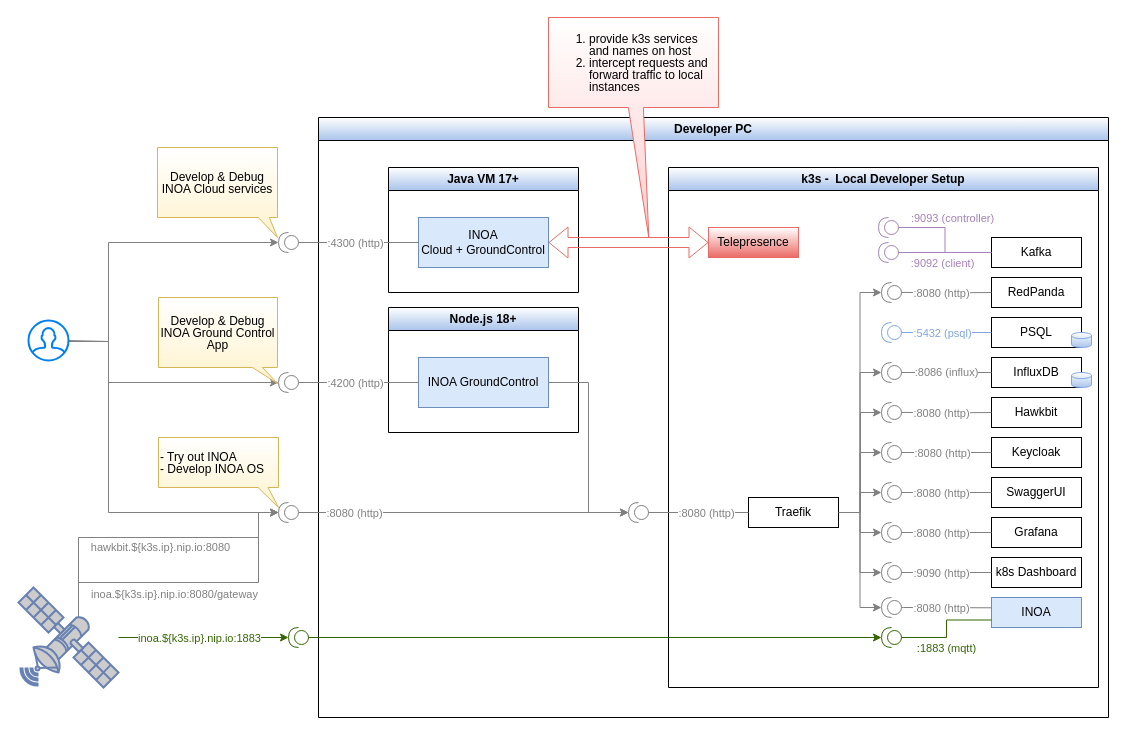
inoa-io/inoa-cloud keeps this draw.io diagram as docs/developer-guide/developer-setups.drawio. Above is the earlier version. Source tidied: cells renumbered, new cells numbered last; positions are measured from the earlier drawing's top-left corner, leaving out a move shared by most shapes. Both pictures are drawn from the tidied source at 100%, with x=0, y=0 at pixel (18, 17).
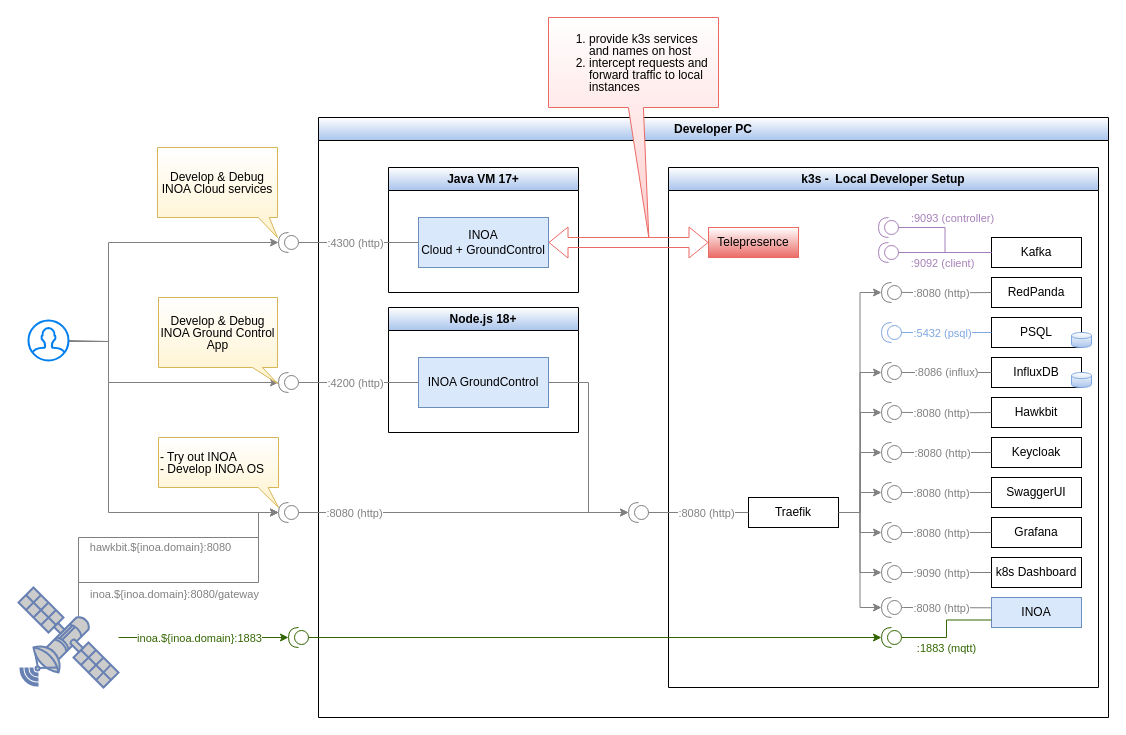
The same page after the edit.

Unchanged cells that the change refers to:
```xml
<mxCell id="2" style="edgeStyle=orthogonalEdgeStyle;rounded=0;jettySize=auto;html=1;entryX=1;entryY=0.5;entryDx=0;entryDy=0;entryPerimeter=0;strokeColor=#808080;" parent="1" edge="1" target="80">
  <mxGeometry relative="1" as="geometry">
    <mxPoint x="60" y="600" as="sourcePoint" />
    <Array as="points">
      <mxPoint x="60" y="520" />
      <mxPoint x="240" y="520" />
      <mxPoint x="240" y="495" />
    </Array>
  </mxGeometry>
</mxCell>
<mxCell id="4" style="edgeStyle=orthogonalEdgeStyle;rounded=0;jettySize=auto;html=1;entryX=1;entryY=0.5;entryDx=0;entryDy=0;entryPerimeter=0;strokeColor=#808080;" parent="1" edge="1" source="8" target="80">
  <mxGeometry relative="1" as="geometry">
    <Array as="points">
      <mxPoint x="60" y="565" />
      <mxPoint x="240" y="565" />
      <mxPoint x="240" y="495" />
    </Array>
  </mxGeometry>
</mxCell>
<mxCell id="6" style="edgeStyle=orthogonalEdgeStyle;rounded=0;jettySize=auto;html=1;entryX=1;entryY=0.5;entryDx=0;entryDy=0;entryPerimeter=0;strokeColor=#336600;" parent="1" edge="1" source="8" target="81">
  <mxGeometry relative="1" as="geometry" />
</mxCell>
```

The edit, as a diff of the source:
```diff
@@
-    <mxCell id="3" value="&lt;font&gt;hawkbit.${k3s.ip}.nip.io:8080&lt;/font&gt;" style="edgeLabel;html=1;align=center;verticalAlign=middle;fontColor=#808080;" parent="2" vertex="1">
+    <mxCell id="3" value="&lt;font&gt;hawkbit.${inoa.domain}:8080&lt;/font&gt;" style="edgeLabel;html=1;align=center;verticalAlign=middle;fontColor=#808080;" parent="2" vertex="1">
       <mxGeometry x="0.19" relative="1" as="geometry">
         <mxPoint x="-20" y="9" as="offset" />
       </mxGeometry>
     </mxCell>
@@
-    <mxCell id="5" value="inoa.${k3s.ip}.nip.io:8080/gateway" style="edgeLabel;html=1;align=center;verticalAlign=middle;fontColor=#808080;" parent="4" vertex="1">
+    <mxCell id="5" value="inoa.${inoa.domain}:8080/gateway" style="edgeLabel;html=1;align=center;verticalAlign=middle;fontColor=#808080;" parent="4" vertex="1">
       <mxGeometry x="0.37" y="-1" relative="1" as="geometry">
         <mxPoint x="-86" y="14" as="offset" />
       </mxGeometry>
     </mxCell>
@@
-    <mxCell id="7" value="&lt;span style=&quot;&quot;&gt;inoa.${k3s.ip}.nip.io:1883&lt;/span&gt;" style="edgeLabel;html=1;align=center;verticalAlign=middle;fontColor=#336600;" parent="6" vertex="1">
+    <mxCell id="7" value="&lt;span style=&quot;&quot;&gt;inoa.${inoa.domain}:1883&lt;/span&gt;" style="edgeLabel;html=1;align=center;verticalAlign=middle;fontColor=#336600;" parent="6" vertex="1">
       <mxGeometry x="0.45" y="-1" relative="1" as="geometry">
         <mxPoint x="-43" y="-1" as="offset" />
       </mxGeometry>
     </mxCell>
```
